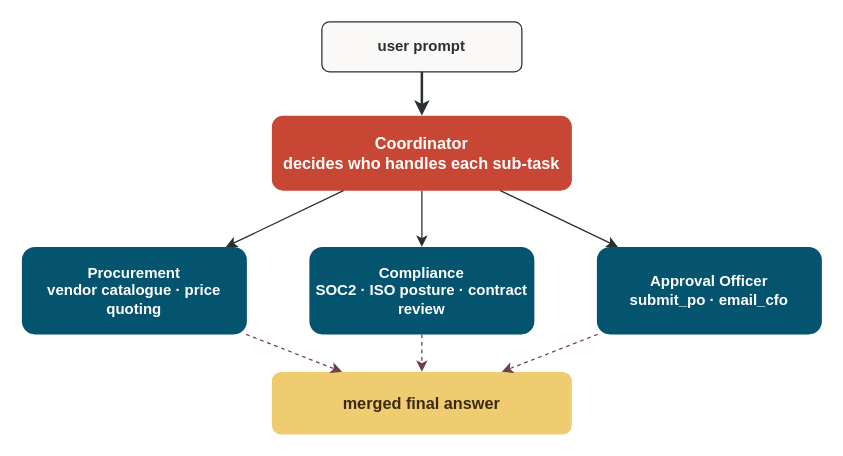
Before: page "Orchestrator" (2 of 8) of docs/img/patterns/tulip-patterns.drawio in tuliplabs-ai/docs, a draw.io diagram. Source tidied: cells renumbered, new cells numbered last; positions are measured from the earlier drawing's top-left corner, leaving out a move shared by most shapes. Both pictures are drawn from the tidied source at 125%, with x=0, y=0 at pixel (21, 21).
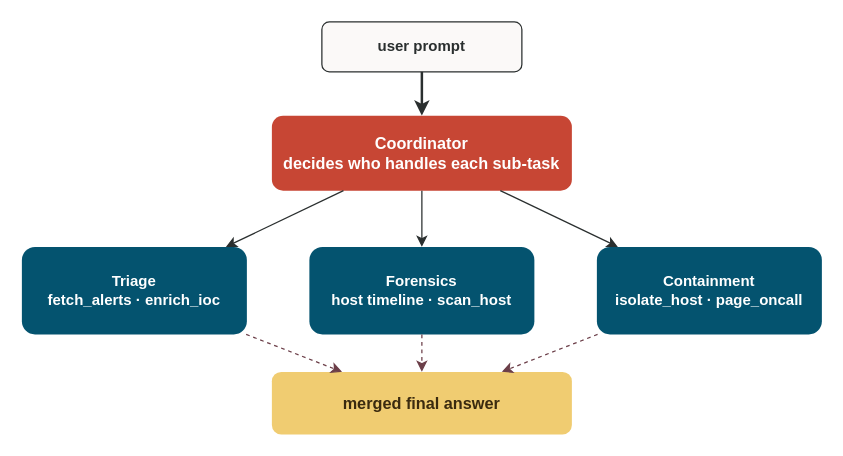
After the change.

Diff of the diagram source:
```diff
@@
 <mxGraphModel>
   <root>
     <mxCell id="0" />
     <mxCell id="1" parent="0" />
     <mxCell id="2" value="user prompt" style="rounded=1;whiteSpace=wrap;html=1;fillColor=#FBF9F8;strokeColor=#2A2F2F;fontColor=#2A2F2F;fontSize=12;fontStyle=1;" parent="1" vertex="1">
       <mxGeometry x="240" width="160" height="40" as="geometry" />
     </mxCell>
     <mxCell id="3" value="Coordinator&#10;decides who handles each sub-task" style="rounded=1;whiteSpace=wrap;html=1;fillColor=#C74634;strokeColor=none;fontColor=#FFFFFF;fontSize=13;fontStyle=1;align=center;" parent="1" vertex="1">
       <mxGeometry x="200" y="75" width="240" height="60" as="geometry" />
     </mxCell>
-    <mxCell id="4" value="Procurement&#10;vendor catalogue · price quoting" style="rounded=1;whiteSpace=wrap;html=1;fillColor=#04536F;strokeColor=none;fontColor=#FFFFFF;fontSize=12;fontStyle=1;align=center;" parent="1" vertex="1">
+    <mxCell id="4" value="Triage&#10;fetch_alerts · enrich_ioc" style="rounded=1;whiteSpace=wrap;html=1;fillColor=#04536F;strokeColor=none;fontColor=#FFFFFF;fontSize=12;fontStyle=1;align=center;" parent="1" vertex="1">
       <mxGeometry y="180" width="180" height="70" as="geometry" />
     </mxCell>
-    <mxCell id="5" value="Compliance&#10;SOC2 · ISO posture · contract review" style="rounded=1;whiteSpace=wrap;html=1;fillColor=#04536F;strokeColor=none;fontColor=#FFFFFF;fontSize=12;fontStyle=1;align=center;" parent="1" vertex="1">
+    <mxCell id="5" value="Forensics&#10;host timeline · scan_host" style="rounded=1;whiteSpace=wrap;html=1;fillColor=#04536F;strokeColor=none;fontColor=#FFFFFF;fontSize=12;fontStyle=1;align=center;" parent="1" vertex="1">
       <mxGeometry x="230" y="180" width="180" height="70" as="geometry" />
     </mxCell>
-    <mxCell id="6" value="Approval Officer&#10;submit_po · email_cfo" style="rounded=1;whiteSpace=wrap;html=1;fillColor=#04536F;strokeColor=none;fontColor=#FFFFFF;fontSize=12;fontStyle=1;align=center;" parent="1" vertex="1">
+    <mxCell id="6" value="Containment&#10;isolate_host · page_oncall" style="rounded=1;whiteSpace=wrap;html=1;fillColor=#04536F;strokeColor=none;fontColor=#FFFFFF;fontSize=12;fontStyle=1;align=center;" parent="1" vertex="1">
       <mxGeometry x="460" y="180" width="180" height="70" as="geometry" />
     </mxCell>
     <mxCell id="7" value="merged final answer" style="rounded=1;whiteSpace=wrap;html=1;fillColor=#F0CC71;strokeColor=none;fontColor=#3A2A0F;fontSize=13;fontStyle=1;align=center;" parent="1" vertex="1">
       <mxGeometry x="200" y="280" width="240" height="50" as="geometry" />
     </mxCell>
     <mxCell id="8" style="endArrow=classic;html=1;strokeColor=#2A2F2F;strokeWidth=2;" parent="1" edge="1" source="2" target="3">
       <mxGeometry relative="1" as="geometry" />
     </mxCell>
     <mxCell id="9" style="endArrow=classic;html=1;strokeColor=#2A2F2F;" parent="1" edge="1" source="3" target="4">
       <mxGeometry relative="1" as="geometry" />
     </mxCell>
     <mxCell id="10" style="endArrow=classic;html=1;strokeColor=#2A2F2F;" parent="1" edge="1" source="3" target="5">
       <mxGeometry relative="1" as="geometry" />
     </mxCell>
     <mxCell id="11" style="endArrow=classic;html=1;strokeColor=#2A2F2F;" parent="1" edge="1" source="3" target="6">
       <mxGeometry relative="1" as="geometry" />
     </mxCell>
     <mxCell id="12" style="endArrow=classic;html=1;strokeColor=#6C3F49;dashed=1;" parent="1" edge="1" source="4" target="7">
       <mxGeometry relative="1" as="geometry" />
     </mxCell>
     <mxCell id="13" style="endArrow=classic;html=1;strokeColor=#6C3F49;dashed=1;" parent="1" edge="1" source="5" target="7">
       <mxGeometry relative="1" as="geometry" />
     </mxCell>
     <mxCell id="14" style="endArrow=classic;html=1;strokeColor=#6C3F49;dashed=1;" parent="1" edge="1" source="6" target="7">
       <mxGeometry relative="1" as="geometry" />
     </mxCell>
   </root>
 </mxGraphModel>
```
